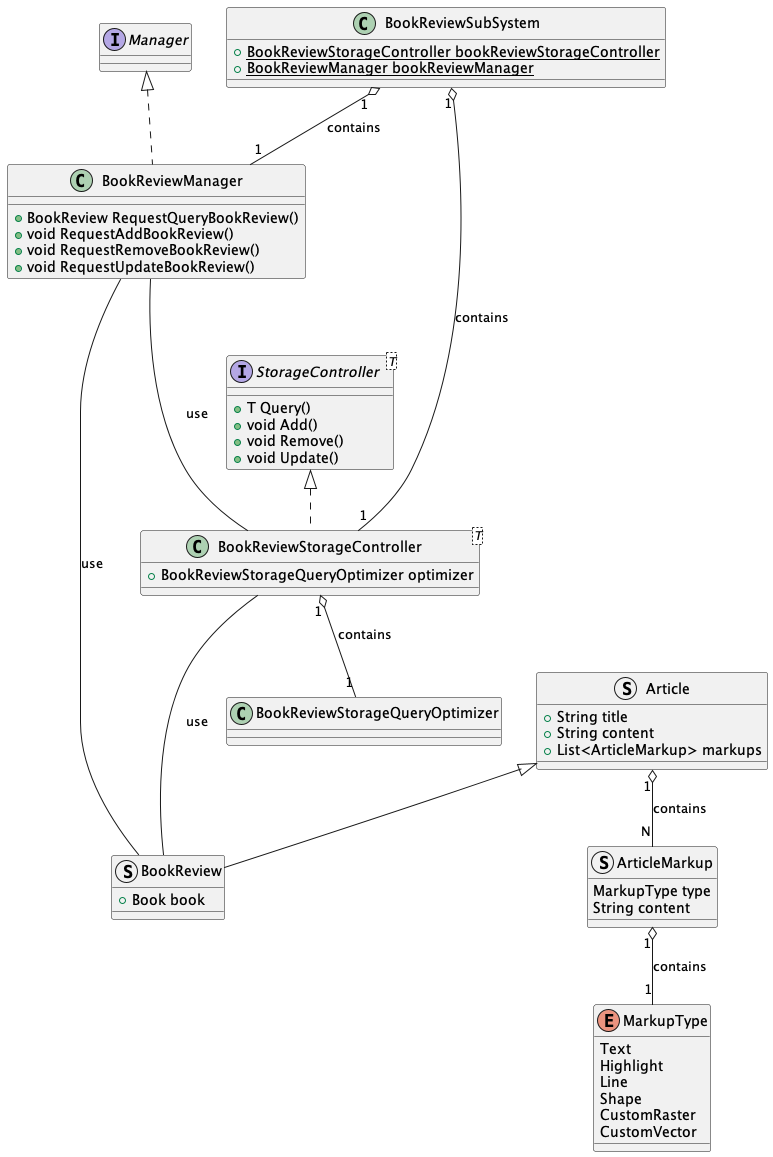
This is rendered/BookReview.png from ShapeLayer/se-lecture-task__project-structure-definitions, a PlantUML export, as it was before one commit.
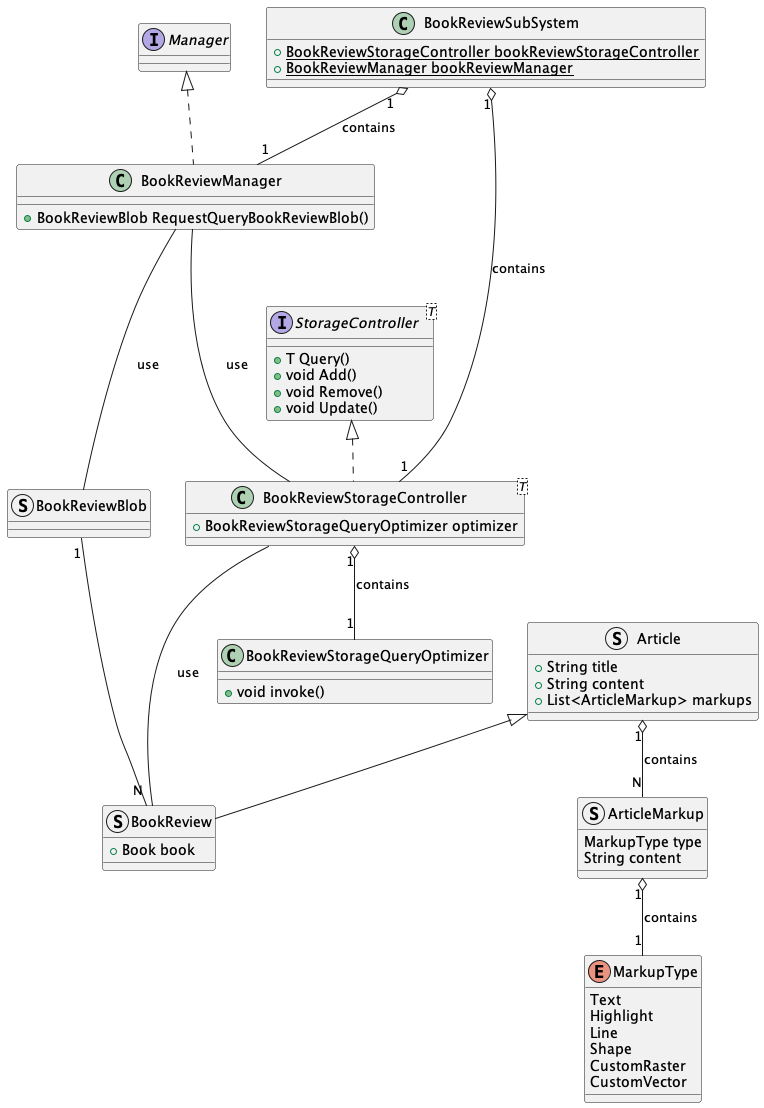
The same diagram one commit later.

Change to the diagram source:
```diff
@@ -35,22 +35,23 @@
     + Book book
 }
 
+struct BookReviewBlob {}
+BookReviewBlob "1" --- "N" BookReview
+
 class BookReviewManager implements Manager {
-    + BookReview RequestQueryBookReview()
-    + void RequestAddBookReview()
-    + void RequestRemoveBookReview()
-    + void RequestUpdateBookReview()
+    + BookReviewBlob RequestQueryBookReviewBlob()
 }
 
-BookReviewManager --- BookReview : use
+BookReviewManager --- BookReviewBlob : use
 BookReviewManager --- BookReviewStorageController : use
 
-class BookReviewStorageQueryOptimizer {}
+class BookReviewStorageQueryOptimizer {
+    + void invoke()
+}
 class BookReviewStorageController<T> implements StorageController {
     + BookReviewStorageQueryOptimizer optimizer
 }
 BookReviewStorageController "1" o-- "1" BookReviewStorageQueryOptimizer : contains
-
 BookReviewStorageController --- BookReview : use
 
 
```
